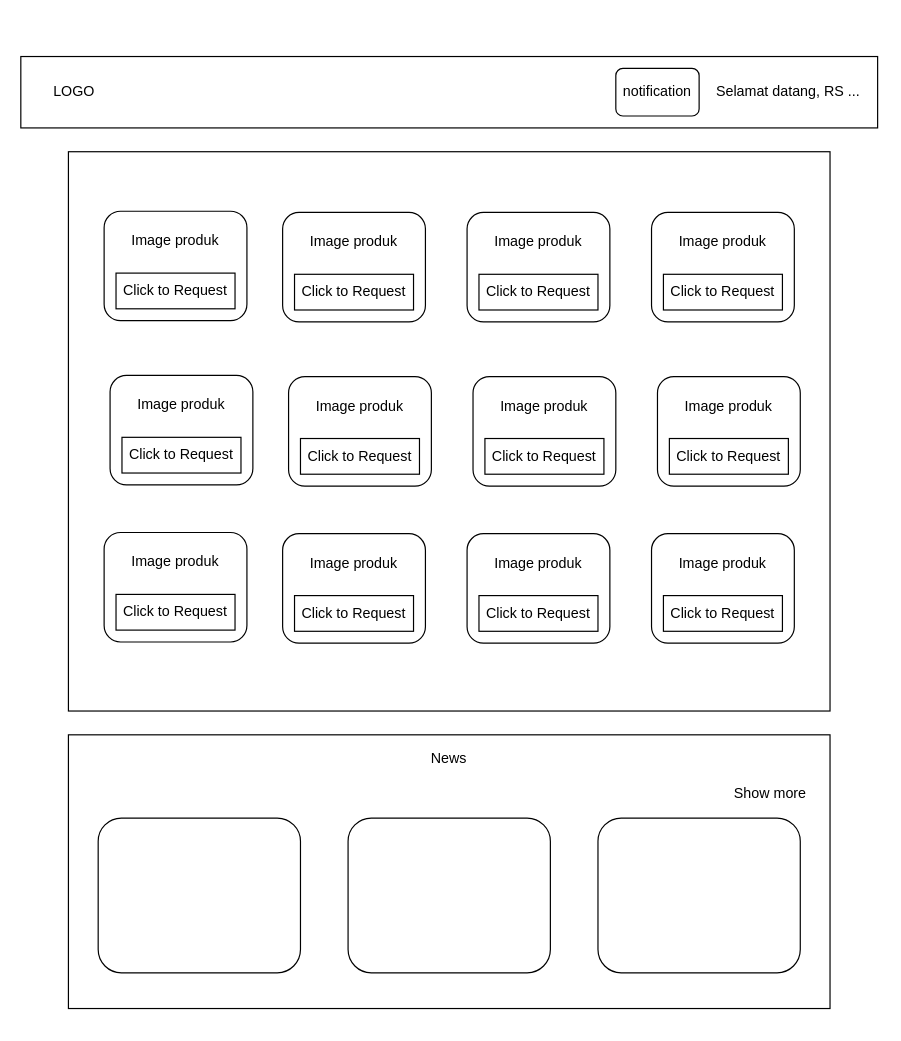
Earlier version of the draw.io diagram page "HomePageRS" (2 of 6) of layoutzoonpoliticon.drawio (ihsan3975/about-ihsan). Source tidied: cells renumbered, new cells numbered last; positions are measured from the earlier drawing's top-left corner, leaving out a move shared by most shapes. Both pictures are drawn from the tidied source at 119%, with x=0, y=0 at pixel (20, 56).
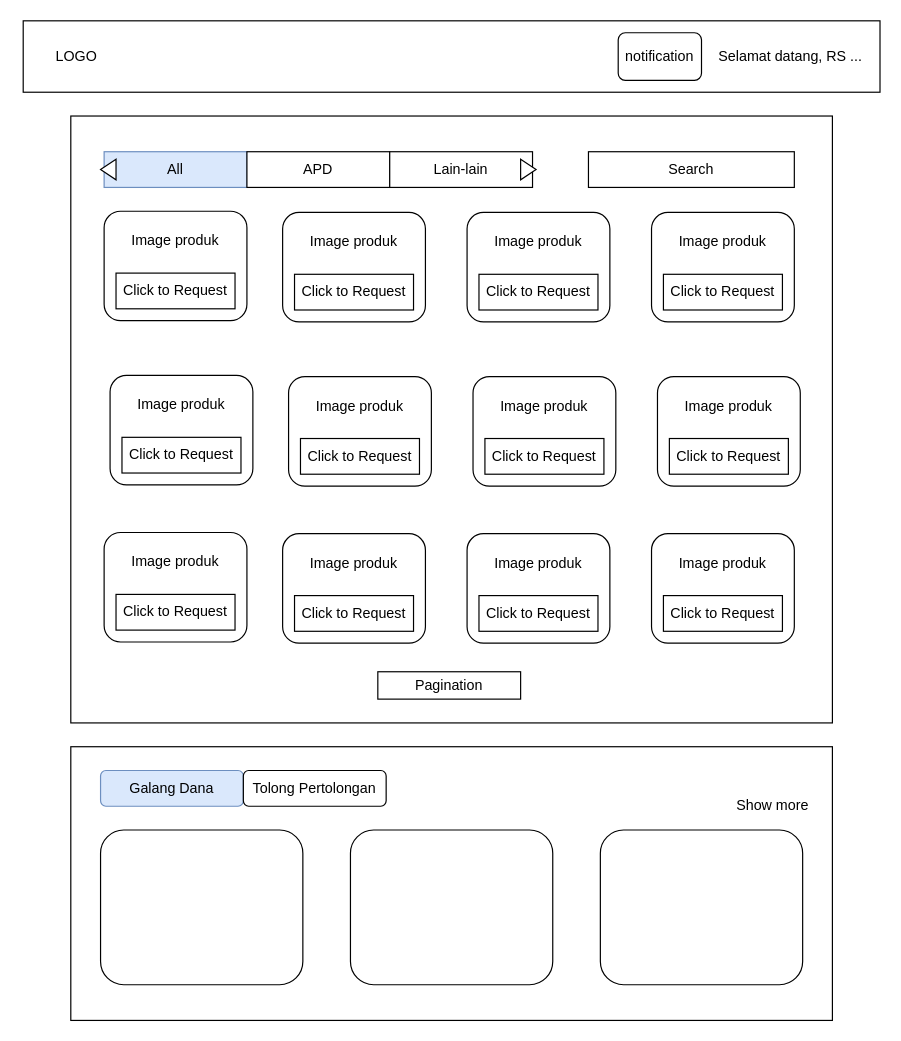
Above is the later version.

What changed in the source:
```diff
@@
     <mxCell id="2" style="rounded=1;whiteSpace=wrap;html=1;arcSize=0;" parent="1" vertex="1">
-      <mxGeometry x="40" y="80" width="640" height="470" as="geometry" />
+      <mxGeometry x="42" y="50" width="640" height="510" as="geometry" />
     </mxCell>
     <mxCell id="3" style="rounded=0;whiteSpace=wrap;html=1;" parent="1" vertex="1">
-      <mxGeometry width="720" height="60" as="geometry" />
+      <mxGeometry x="2" y="-30" width="720" height="60" as="geometry" />
     </mxCell>
     <mxCell id="4" value="&lt;div&gt;LOGO&lt;/div&gt;" style="text;html=1;strokeColor=none;fillColor=none;align=center;verticalAlign=middle;whiteSpace=wrap;rounded=0;" parent="1" vertex="1">
-      <mxGeometry x="25" y="20" width="40" height="20" as="geometry" />
+      <mxGeometry x="27" y="-10" width="40" height="20" as="geometry" />
     </mxCell>
@@
     <mxCell id="6" style="rounded=0;whiteSpace=wrap;html=1;" parent="1" vertex="1">
-      <mxGeometry x="40" y="570" width="640" height="230" as="geometry" />
+      <mxGeometry x="42" y="580" width="640" height="230" as="geometry" />
     </mxCell>
-    <mxCell id="7" value="News" style="text;html=1;strokeColor=none;fillColor=none;align=center;verticalAlign=middle;whiteSpace=wrap;rounded=0;" parent="1" vertex="1">
-      <mxGeometry x="340" y="580" width="40" height="20" as="geometry" />
-    </mxCell>
     <mxCell id="8" style="rounded=1;whiteSpace=wrap;html=1;" parent="1" vertex="1">
-      <mxGeometry x="65" y="640" width="170" height="130" as="geometry" />
+      <mxGeometry x="67" y="650" width="170" height="130" as="geometry" />
     </mxCell>
     <mxCell id="9" style="rounded=1;whiteSpace=wrap;html=1;" parent="1" vertex="1">
-      <mxGeometry x="275" y="640" width="170" height="130" as="geometry" />
+      <mxGeometry x="277" y="650" width="170" height="130" as="geometry" />
     </mxCell>
     <mxCell id="10" style="rounded=1;whiteSpace=wrap;html=1;" parent="1" vertex="1">
-      <mxGeometry x="485" y="640" width="170" height="130" as="geometry" />
+      <mxGeometry x="487" y="650" width="170" height="130" as="geometry" />
     </mxCell>
     <mxCell id="11" value="Show more" style="text;html=1;strokeColor=none;fillColor=none;align=center;verticalAlign=middle;whiteSpace=wrap;rounded=0;" parent="1" vertex="1">
-      <mxGeometry x="595" y="610" width="70" height="20" as="geometry" />
+      <mxGeometry x="597" y="620" width="70" height="20" as="geometry" />
     </mxCell>
     <mxCell id="12" value="Selamat datang, RS ..." style="text;html=1;strokeColor=none;fillColor=none;align=center;verticalAlign=middle;whiteSpace=wrap;rounded=0;" parent="1" vertex="1">
-      <mxGeometry x="575" y="20" width="140" height="20" as="geometry" />
+      <mxGeometry x="577" y="-10" width="140" height="20" as="geometry" />
     </mxCell>
@@
     <mxCell id="36" value="notification" style="rounded=1;whiteSpace=wrap;html=1;" parent="1" vertex="1">
-      <mxGeometry x="500" y="10" width="70" height="40" as="geometry" />
+      <mxGeometry x="502" y="-20" width="70" height="40" as="geometry" />
     </mxCell>
+    <mxCell id="37" value="Pagination" style="rounded=0;whiteSpace=wrap;html=1;" parent="1" vertex="1">
+      <mxGeometry x="300" y="517" width="120" height="23" as="geometry" />
+    </mxCell>
+    <mxCell id="38" value="Galang Dana" style="rounded=1;whiteSpace=wrap;html=1;fillColor=#dae8fc;strokeColor=#6c8ebf;" parent="1" vertex="1">
+      <mxGeometry x="67" y="600" width="120" height="30" as="geometry" />
+    </mxCell>
+    <mxCell id="39" value="Tolong Pertolongan" style="rounded=1;whiteSpace=wrap;html=1;" parent="1" vertex="1">
+      <mxGeometry x="187" y="600" width="120" height="30" as="geometry" />
+    </mxCell>
+    <mxCell id="40" value="All" style="rounded=0;whiteSpace=wrap;html=1;fillColor=#dae8fc;strokeColor=#6c8ebf;" parent="1" vertex="1">
+      <mxGeometry x="70" y="80" width="120" height="30" as="geometry" />
+    </mxCell>
+    <mxCell id="41" value="APD" style="rounded=0;whiteSpace=wrap;html=1;" parent="1" vertex="1">
+      <mxGeometry x="190" y="80" width="120" height="30" as="geometry" />
+    </mxCell>
+    <mxCell id="42" value="Lain-lain" style="rounded=0;whiteSpace=wrap;html=1;" parent="1" vertex="1">
+      <mxGeometry x="310" y="80" width="120" height="30" as="geometry" />
+    </mxCell>
+    <mxCell id="43" value="Search" style="rounded=0;whiteSpace=wrap;html=1;" parent="1" vertex="1">
+      <mxGeometry x="477" y="80" width="173" height="30" as="geometry" />
+    </mxCell>
+    <mxCell id="44" style="triangle;whiteSpace=wrap;html=1;" parent="1" vertex="1">
+      <mxGeometry x="420" y="86.3" width="13" height="17.3" as="geometry" />
+    </mxCell>
+    <mxCell id="45" style="triangle;whiteSpace=wrap;html=1;flipH=1;" parent="1" vertex="1">
+      <mxGeometry x="67" y="86.3" width="13" height="17.3" as="geometry" />
+    </mxCell>
```
